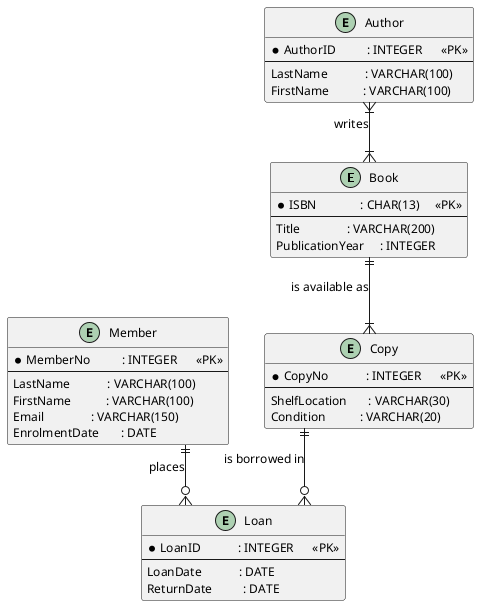
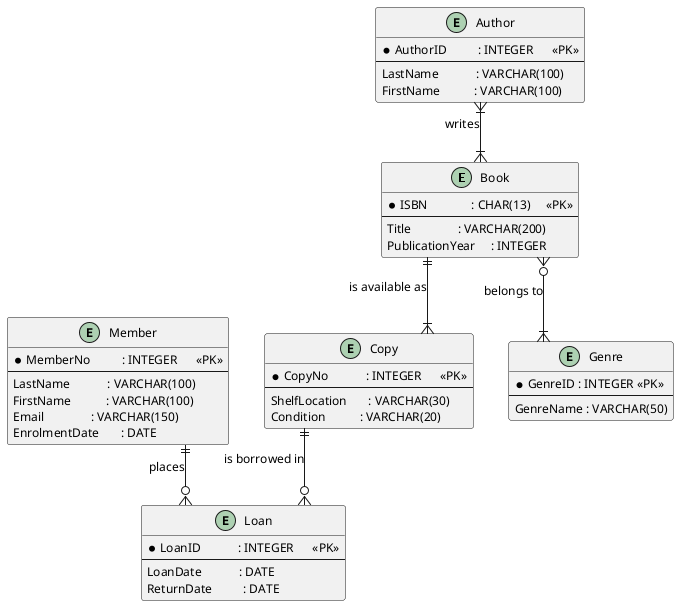
@startuml
' ============================================================
'  schema.puml -- ER Diagram: Bochum City Library
'  DBMS_02 · THGA Bochum
' ============================================================

skinparam linetype ortho
skinparam defaultFontName Helvetica
skinparam defaultFontSize 12
skinparam entityBackgroundColor #CCE5FF
skinparam entityBorderColor     #003C7C
skinparam entityFontColor       #003C7C
skinparam entityFontStyle       bold

' ------------------------------------------------------------
' Entities
' ------------------------------------------------------------

entity "Book" as B {
  * ISBN              : CHAR(13)     <<PK>>
  --
  Title               : VARCHAR(200)
  PublicationYear     : INTEGER
}

entity "Author" as A {
  * AuthorID          : INTEGER      <<PK>>
  --
  LastName            : VARCHAR(100)
  FirstName           : VARCHAR(100)
}

entity "Copy" as C {
  * CopyNo            : INTEGER      <<PK>>
  --
  ShelfLocation       : VARCHAR(30)
  Condition           : VARCHAR(20)
}

entity "Member" as M {
  * MemberNo          : INTEGER      <<PK>>
  --
  LastName            : VARCHAR(100)
  FirstName           : VARCHAR(100)
  Email               : VARCHAR(150)
  EnrolmentDate       : DATE
}

entity "Loan" as L {
  * LoanID            : INTEGER      <<PK>>
  --
  LoanDate            : DATE
  ReturnDate          : DATE
}

' ------------------------------------------------------------
' Relationships
' ------------------------------------------------------------

A }|--|{ B : "writes"
B ||--|{ C : "is available as"
M ||--o{ L : "places"
C ||--o{ L : "is borrowed in"

+ entity "Genre" as G {
+   * GenreID : INTEGER <<PK>>
+   --
+   GenreName : VARCHAR(50)
+ }
+ 
+ B }o--|{ G : "belongs to"
+ 
@enduml
+ 
+ entity "Genre" as G {
+   * GenreID            : INTEGER      <<PK>>
+   --
+   GenreName            : VARCHAR(50)
+ }
